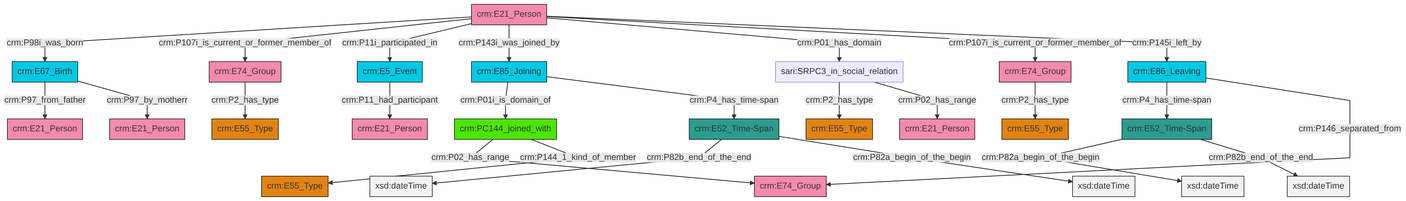
Above: et/personCSV/ttl/mmd/png/Person_Actor_Relations.png in swiss-art-research-net/docs.swissartresearch (Mermaid), before the change. Its source is kept beside it as et/personCSV/ttl/mmd/Person_Actor_Relations.ttl.mmd.
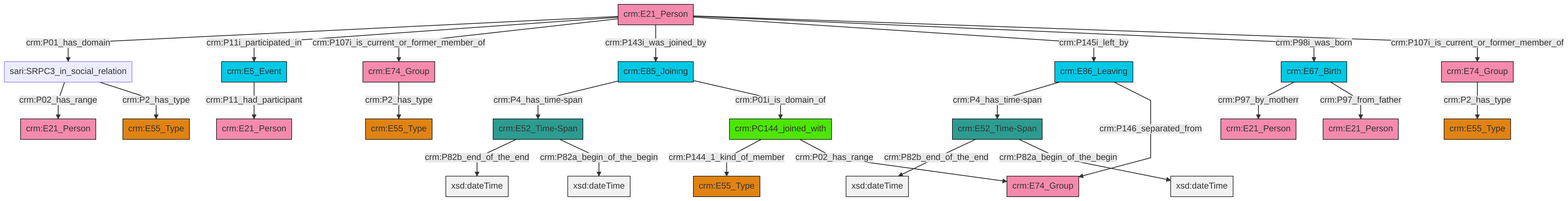
Later version of the same file.

What changed in the source:
```diff
@@ -13,27 +13,27 @@
 classDef PC_Classes fill:#4ce600, stroke:#000000;
 classDef Multi fill:#cccccc,stroke:#000000;
 
-0["crm:E21_Person"]:::Actor -->|crm:P98i_was_born| 1["crm:E67_Birth"]:::Temporal_Entity
-1["crm:E67_Birth"]:::Temporal_Entity -->|crm:P97_from_father| 2["crm:E21_Person"]:::Actor
-9["crm:PC144_joined_with"]:::PC_Classes -->|crm:P02_has_range| 10["crm:E74_Group"]:::Actor
-11["crm:E86_Leaving"]:::Temporal_Entity -->|crm:P4_has_time-span| 12["crm:E52_Time-Span"]:::Time-Span
-15["sari:SRPC3_in_social_relation"]:::Default -->|crm:P2_has_type| 16["crm:E55_Type"]:::Type
-19["crm:E74_Group"]:::Actor -->|crm:P2_has_type| 5["crm:E55_Type"]:::Type
-3["crm:E52_Time-Span"]:::Time-Span -->|crm:P82b_end_of_the_end| 20[xsd:dateTime]:::Literal
-0["crm:E21_Person"]:::Actor -->|crm:P107i_is_current_or_former_member_of| 19["crm:E74_Group"]:::Actor
-25["crm:E85_Joining"]:::Temporal_Entity -->|crm:P01i_is_domain_of| 9["crm:PC144_joined_with"]:::PC_Classes
-12["crm:E52_Time-Span"]:::Time-Span -->|crm:P82a_begin_of_the_begin| 27[xsd:dateTime]:::Literal
-9["crm:PC144_joined_with"]:::PC_Classes -->|crm:P144_1_kind_of_member| 7["crm:E55_Type"]:::Type
-30["crm:E5_Event"]:::Temporal_Entity -->|crm:P11_had_participant| 13["crm:E21_Person"]:::Actor
-0["crm:E21_Person"]:::Actor -->|crm:P11i_participated_in| 30["crm:E5_Event"]:::Temporal_Entity
-17["crm:E74_Group"]:::Actor -->|crm:P2_has_type| 22["crm:E55_Type"]:::Type
-15["sari:SRPC3_in_social_relation"]:::Default -->|crm:P02_has_range| 32["crm:E21_Person"]:::Actor
-0["crm:E21_Person"]:::Actor -->|crm:P143i_was_joined_by| 25["crm:E85_Joining"]:::Temporal_Entity
-1["crm:E67_Birth"]:::Temporal_Entity -->|crm:P97_by_motherr| 42["crm:E21_Person"]:::Actor
-0["crm:E21_Person"]:::Actor -->|crm:P01_has_domain| 15["sari:SRPC3_in_social_relation"]:::Default
-12["crm:E52_Time-Span"]:::Time-Span -->|crm:P82b_end_of_the_end| 44[xsd:dateTime]:::Literal
-0["crm:E21_Person"]:::Actor -->|crm:P107i_is_current_or_former_member_of| 17["crm:E74_Group"]:::Actor
-11["crm:E86_Leaving"]:::Temporal_Entity -->|crm:P146_separated_from| 10["crm:E74_Group"]:::Actor
-25["crm:E85_Joining"]:::Temporal_Entity -->|crm:P4_has_time-span| 3["crm:E52_Time-Span"]:::Time-Span
-3["crm:E52_Time-Span"]:::Time-Span -->|crm:P82a_begin_of_the_begin| 46[xsd:dateTime]:::Literal
-0["crm:E21_Person"]:::Actor -->|crm:P145i_left_by| 11["crm:E86_Leaving"]:::Temporal_Entity
+0["crm:E86_Leaving"]:::Temporal_Entity -->|crm:P4_has_time-span| 1["crm:E52_Time-Span"]:::Time-Span
+4["crm:PC144_joined_with"]:::PC_Classes -->|crm:P144_1_kind_of_member| 5["crm:E55_Type"]:::Type
+6["crm:E21_Person"]:::Actor -->|crm:P01_has_domain| 7["sari:SRPC3_in_social_relation"]:::Default
+6["crm:E21_Person"]:::Actor -->|crm:P11i_participated_in| 9["crm:E5_Event"]:::Temporal_Entity
+1["crm:E52_Time-Span"]:::Time-Span -->|crm:P82b_end_of_the_end| 10[xsd:dateTime]:::Literal
+6["crm:E21_Person"]:::Actor -->|crm:P107i_is_current_or_former_member_of| 11["crm:E74_Group"]:::Actor
+6["crm:E21_Person"]:::Actor -->|crm:P143i_was_joined_by| 12["crm:E85_Joining"]:::Temporal_Entity
+12["crm:E85_Joining"]:::Temporal_Entity -->|crm:P4_has_time-span| 13["crm:E52_Time-Span"]:::Time-Span
+6["crm:E21_Person"]:::Actor -->|crm:P145i_left_by| 0["crm:E86_Leaving"]:::Temporal_Entity
+11["crm:E74_Group"]:::Actor -->|crm:P2_has_type| 14["crm:E55_Type"]:::Type
+6["crm:E21_Person"]:::Actor -->|crm:P98i_was_born| 2["crm:E67_Birth"]:::Temporal_Entity
+2["crm:E67_Birth"]:::Temporal_Entity -->|crm:P97_by_motherr| 28["crm:E21_Person"]:::Actor
+7["sari:SRPC3_in_social_relation"]:::Default -->|crm:P02_has_range| 20["crm:E21_Person"]:::Actor
+2["crm:E67_Birth"]:::Temporal_Entity -->|crm:P97_from_father| 34["crm:E21_Person"]:::Actor
+6["crm:E21_Person"]:::Actor -->|crm:P107i_is_current_or_former_member_of| 32["crm:E74_Group"]:::Actor
+7["sari:SRPC3_in_social_relation"]:::Default -->|crm:P2_has_type| 30["crm:E55_Type"]:::Type
+12["crm:E85_Joining"]:::Temporal_Entity -->|crm:P01i_is_domain_of| 4["crm:PC144_joined_with"]:::PC_Classes
+1["crm:E52_Time-Span"]:::Time-Span -->|crm:P82a_begin_of_the_begin| 35[xsd:dateTime]:::Literal
+13["crm:E52_Time-Span"]:::Time-Span -->|crm:P82b_end_of_the_end| 37[xsd:dateTime]:::Literal
+4["crm:PC144_joined_with"]:::PC_Classes -->|crm:P02_has_range| 40["crm:E74_Group"]:::Actor
+13["crm:E52_Time-Span"]:::Time-Span -->|crm:P82a_begin_of_the_begin| 42[xsd:dateTime]:::Literal
+0["crm:E86_Leaving"]:::Temporal_Entity -->|crm:P146_separated_from| 40["crm:E74_Group"]:::Actor
+32["crm:E74_Group"]:::Actor -->|crm:P2_has_type| 22["crm:E55_Type"]:::Type
+9["crm:E5_Event"]:::Temporal_Entity -->|crm:P11_had_participant| 44["crm:E21_Person"]:::Actor
```
